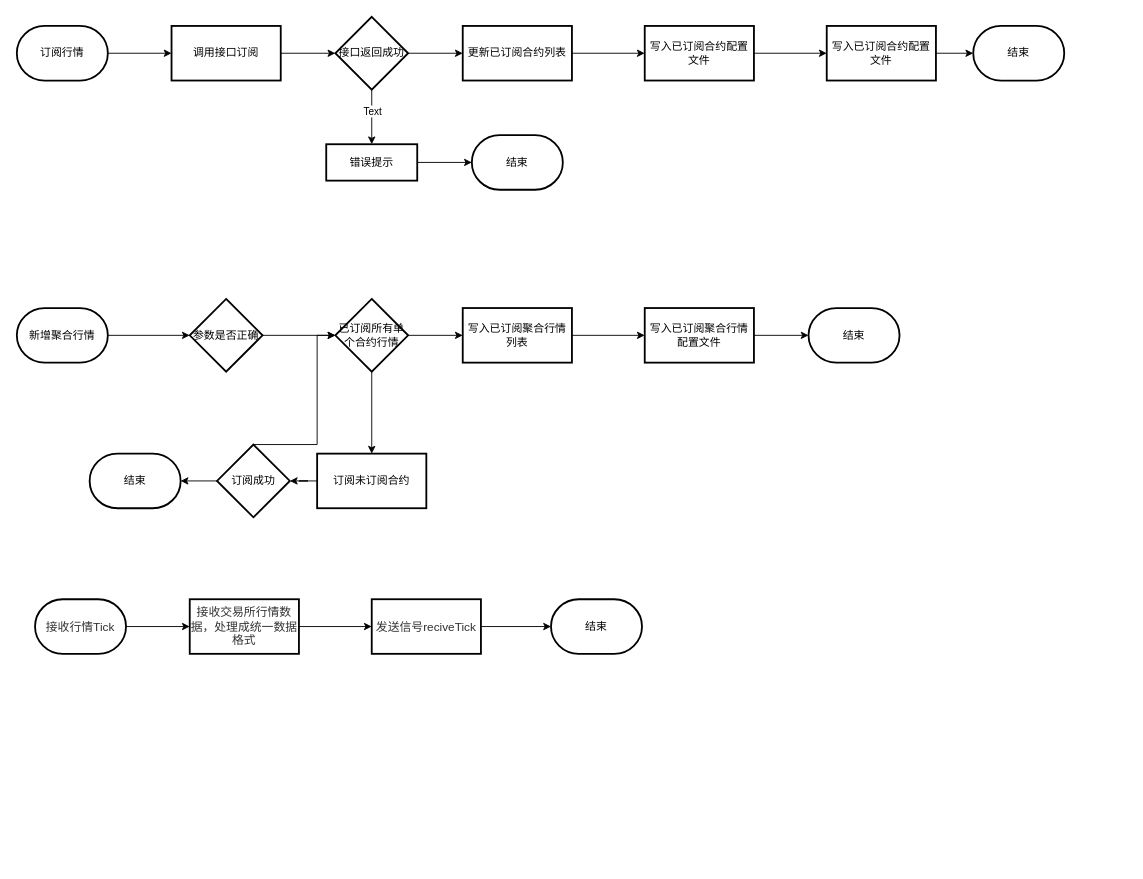
The draw.io diagram Untitled Diagram.drawio in githubLogger/ProjectDocument, before the edit. Source tidied: cells renumbered, new cells numbered last; positions are measured from the earlier drawing's top-left corner, leaving out a move shared by most shapes. Both pictures are drawn from the tidied source at 91%, with x=0, y=0 at pixel (16, 16).
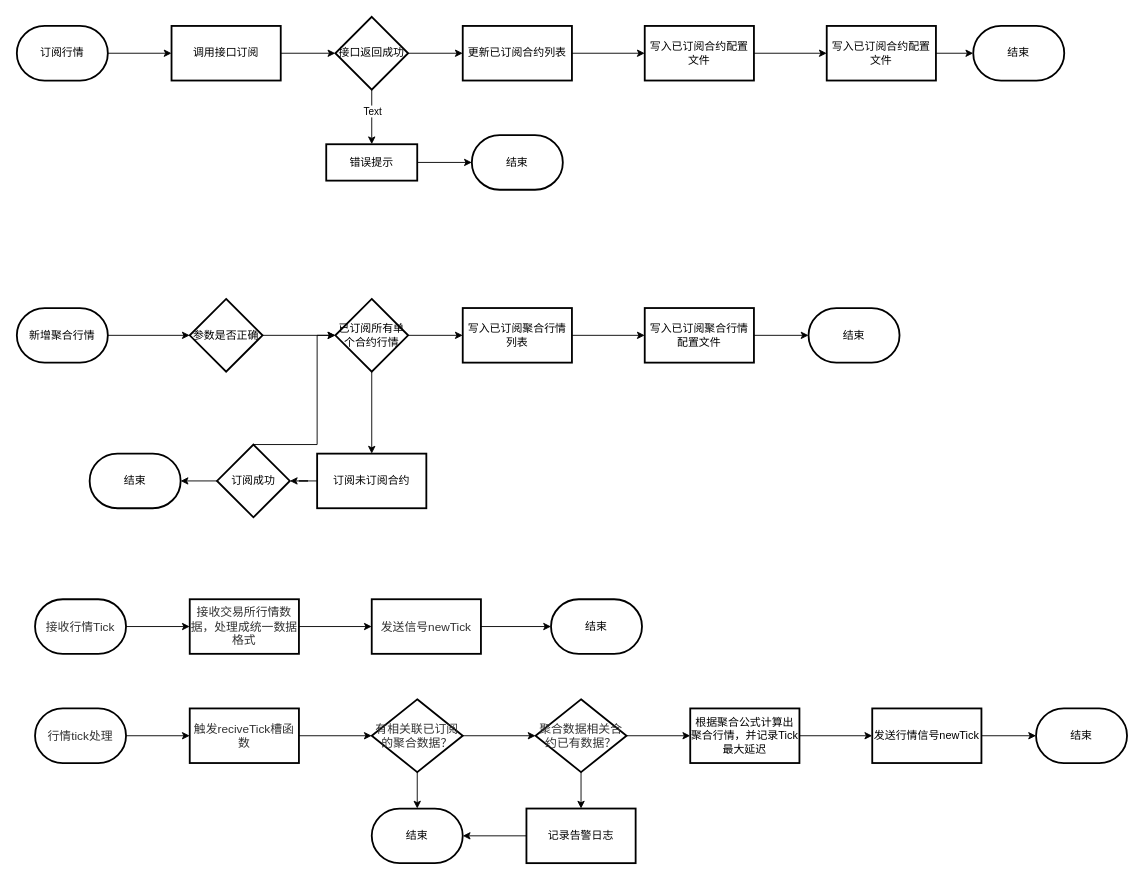
Above is the later version.

Commit message:
行情数据处理、聚合行情

Diff of the diagram source:
```diff
@@
-    <mxCell id="43" value="&lt;span style=&quot;color: rgb(50 , 50 , 50) ; font-family: &amp;#34;arial&amp;#34; ; font-size: 13px ; background-color: rgba(255 , 255 , 255 , 0.01)&quot;&gt;发送信号reciveTick&lt;/span&gt;" style="whiteSpace=wrap;html=1;strokeWidth=2;" parent="1" vertex="1">
+    <mxCell id="43" value="&lt;span style=&quot;color: rgb(50 , 50 , 50) ; font-family: &amp;#34;arial&amp;#34; ; font-size: 13px ; background-color: rgba(255 , 255 , 255 , 0.01)&quot;&gt;发送信号newTick&lt;/span&gt;" style="whiteSpace=wrap;html=1;strokeWidth=2;" parent="1" vertex="1">
       <mxGeometry x="390" y="640" width="120" height="60" as="geometry" />
     </mxCell>
@@
+    <mxCell id="45" style="edgeStyle=orthogonalEdgeStyle;rounded=0;jettySize=auto;html=1;" parent="1" edge="1" source="46" target="48">
+      <mxGeometry relative="1" as="geometry" />
+    </mxCell>
+    <mxCell id="46" value="&lt;span style=&quot;color: rgb(50 , 50 , 50) ; font-family: &amp;#34;arial&amp;#34; ; font-size: 13px ; background-color: rgba(255 , 255 , 255 , 0.01)&quot;&gt;行情tick处理&lt;/span&gt;" style="strokeWidth=2;html=1;shape=mxgraph.flowchart.terminator;whiteSpace=wrap;" parent="1" vertex="1">
+      <mxGeometry x="20" y="760" width="100" height="60" as="geometry" />
+    </mxCell>
+    <mxCell id="47" style="edgeStyle=orthogonalEdgeStyle;rounded=0;jettySize=auto;html=1;" parent="1" edge="1" source="48" target="51">
+      <mxGeometry relative="1" as="geometry" />
+    </mxCell>
+    <mxCell id="48" value="&lt;span style=&quot;color: rgb(50 , 50 , 50) ; font-family: &amp;#34;arial&amp;#34; ; font-size: 13px ; background-color: rgba(255 , 255 , 255 , 0.01)&quot;&gt;触发reciveTick槽函数&lt;/span&gt;" style="whiteSpace=wrap;html=1;strokeWidth=2;" parent="1" vertex="1">
+      <mxGeometry x="190" y="760" width="120" height="60" as="geometry" />
+    </mxCell>
+    <mxCell id="49" style="edgeStyle=orthogonalEdgeStyle;rounded=0;jettySize=auto;html=1;" parent="1" edge="1" source="51" target="54">
+      <mxGeometry relative="1" as="geometry" />
+    </mxCell>
+    <mxCell id="50" style="edgeStyle=orthogonalEdgeStyle;rounded=0;jettySize=auto;html=1;" parent="1" edge="1" source="51" target="55">
+      <mxGeometry relative="1" as="geometry" />
+    </mxCell>
+    <mxCell id="51" value="&lt;span style=&quot;color: rgb(50 , 50 , 50) ; font-family: &amp;#34;arial&amp;#34; ; font-size: 13px ; background-color: rgba(255 , 255 , 255 , 0.01)&quot;&gt;有相关联已订阅的聚合数据？&lt;/span&gt;" style="rhombus;whiteSpace=wrap;html=1;strokeWidth=2;" parent="1" vertex="1">
+      <mxGeometry x="390" y="750" width="100" height="80" as="geometry" />
+    </mxCell>
+    <mxCell id="52" style="edgeStyle=orthogonalEdgeStyle;rounded=0;jettySize=auto;html=1;" parent="1" edge="1" source="54" target="57">
+      <mxGeometry relative="1" as="geometry" />
+    </mxCell>
+    <mxCell id="53" style="edgeStyle=orthogonalEdgeStyle;rounded=0;jettySize=auto;html=1;" parent="1" edge="1" source="54" target="59">
+      <mxGeometry relative="1" as="geometry" />
+    </mxCell>
+    <mxCell id="54" value="&lt;span style=&quot;color: rgb(50 , 50 , 50) ; font-family: &amp;#34;arial&amp;#34; ; font-size: 13px ; background-color: rgba(255 , 255 , 255 , 0.01)&quot;&gt;聚合数据相关合约已有数据？&lt;/span&gt;" style="rhombus;whiteSpace=wrap;html=1;strokeWidth=2;" parent="1" vertex="1">
+      <mxGeometry x="570" y="750" width="100" height="80" as="geometry" />
+    </mxCell>
+    <mxCell id="55" value="结束" style="strokeWidth=2;html=1;shape=mxgraph.flowchart.terminator;whiteSpace=wrap;" parent="1" vertex="1">
+      <mxGeometry x="390" y="870" width="100" height="60" as="geometry" />
+    </mxCell>
+    <mxCell id="56" style="edgeStyle=orthogonalEdgeStyle;rounded=0;jettySize=auto;html=1;" parent="1" edge="1" source="57" target="55">
+      <mxGeometry relative="1" as="geometry" />
+    </mxCell>
+    <mxCell id="57" value="记录告警日志" style="whiteSpace=wrap;html=1;strokeWidth=2;" parent="1" vertex="1">
+      <mxGeometry x="560" y="870" width="120" height="60" as="geometry" />
+    </mxCell>
+    <mxCell id="58" style="edgeStyle=orthogonalEdgeStyle;rounded=0;jettySize=auto;html=1;" parent="1" edge="1" source="59" target="61">
+      <mxGeometry relative="1" as="geometry" />
+    </mxCell>
+    <mxCell id="59" value="根据聚合公式计算出聚合行情，并记录Tick最大延迟" style="whiteSpace=wrap;html=1;strokeWidth=2;" parent="1" vertex="1">
+      <mxGeometry x="740" y="760" width="120" height="60" as="geometry" />
+    </mxCell>
+    <mxCell id="60" style="edgeStyle=orthogonalEdgeStyle;rounded=0;jettySize=auto;html=1;" parent="1" edge="1" source="61" target="62">
+      <mxGeometry relative="1" as="geometry" />
+    </mxCell>
+    <mxCell id="61" value="发送行情信号newTick" style="whiteSpace=wrap;html=1;strokeWidth=2;" parent="1" vertex="1">
+      <mxGeometry x="940" y="760" width="120" height="60" as="geometry" />
+    </mxCell>
+    <mxCell id="62" value="结束" style="strokeWidth=2;html=1;shape=mxgraph.flowchart.terminator;whiteSpace=wrap;" parent="1" vertex="1">
+      <mxGeometry x="1120" y="760" width="100" height="60" as="geometry" />
+    </mxCell>
```
